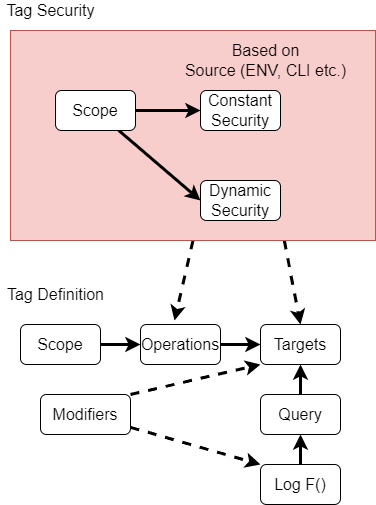
yonixw/xwlogger.logger keeps this draw.io diagram as docs/images/arch/blocks.drawio.png. Above is the earlier version. Source tidied: cells renumbered, new cells last; positions are measured from the earlier drawing's top-left corner, leaving out a move shared by most shapes.
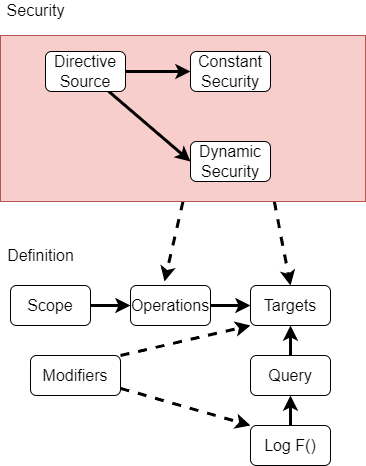
After the change.

Commit message:
Securiry no scope

What changed in the source:
```diff
@@ -9,7 +9,7 @@
       <mxGeometry relative="1" as="geometry" />
     </mxCell>
     <mxCell id="4" style="rounded=0;whiteSpace=wrap;html=1;fontSize=16;fillColor=#f8cecc;strokeColor=#b85450;" parent="1" vertex="1">
-      <mxGeometry x="10" y="30" width="365" height="210" as="geometry" />
+      <mxGeometry x="10" y="74" width="365" height="166" as="geometry" />
     </mxCell>
     <mxCell id="5" style="edgeStyle=none;html=1;entryX=0;entryY=0.5;entryDx=0;entryDy=0;fontSize=16;strokeWidth=3;" parent="1" edge="1" source="6" target="8">
       <mxGeometry relative="1" as="geometry" />
@@ -47,8 +47,8 @@
     <mxCell id="16" value="Modifiers" style="rounded=1;whiteSpace=wrap;html=1;fontSize=16;" parent="1" vertex="1">
       <mxGeometry x="40" y="394" width="90" height="40" as="geometry" />
     </mxCell>
-    <mxCell id="17" value="Tag Definition" style="text;html=1;align=center;verticalAlign=middle;strokeColor=none;fillColor=none;fontSize=16;" parent="1" vertex="1">
-      <mxGeometry y="284" width="110" height="20" as="geometry" />
+    <mxCell id="17" value="Definition" style="text;html=1;align=center;verticalAlign=middle;strokeColor=none;fillColor=none;fontSize=16;" parent="1" vertex="1">
+      <mxGeometry x="10" y="284" width="80" height="20" as="geometry" />
     </mxCell>
     <mxCell id="18" style="edgeStyle=none;html=1;entryX=0;entryY=0.5;entryDx=0;entryDy=0;fontSize=16;strokeWidth=3;" parent="1" edge="1" source="20" target="21">
       <mxGeometry relative="1" as="geometry" />
@@ -56,7 +56,7 @@
     <mxCell id="19" style="edgeStyle=none;html=1;entryX=0;entryY=0.5;entryDx=0;entryDy=0;fontSize=16;strokeWidth=3;" parent="1" edge="1" source="20" target="22">
       <mxGeometry relative="1" as="geometry" />
     </mxCell>
-    <mxCell id="20" value="Scope" style="rounded=1;whiteSpace=wrap;html=1;fontSize=16;" parent="1" vertex="1">
+    <mxCell id="20" value="Directive&lt;br&gt;Source" style="rounded=1;whiteSpace=wrap;html=1;fontSize=16;" parent="1" vertex="1">
       <mxGeometry x="55" y="90" width="80" height="40" as="geometry" />
     </mxCell>
     <mxCell id="21" value="Constant&lt;br&gt;Security" style="rounded=1;whiteSpace=wrap;html=1;fontSize=16;" parent="1" vertex="1">
@@ -65,11 +65,8 @@
     <mxCell id="22" value="Dynamic&lt;br&gt;Security" style="rounded=1;whiteSpace=wrap;html=1;fontSize=16;" parent="1" vertex="1">
       <mxGeometry x="200" y="180" width="80" height="40" as="geometry" />
     </mxCell>
-    <mxCell id="23" value="Based on&lt;br&gt;Source (ENV, CLI etc.)" style="text;html=1;align=center;verticalAlign=middle;strokeColor=none;fillColor=none;fontSize=16;" parent="1" vertex="1">
-      <mxGeometry x="175" y="40" width="180" height="40" as="geometry" />
-    </mxCell>
-    <mxCell id="24" value="Tag Security" style="text;html=1;align=center;verticalAlign=middle;strokeColor=none;fillColor=none;fontSize=16;" parent="1" vertex="1">
-      <mxGeometry width="100" height="20" as="geometry" />
+    <mxCell id="24" value="Security" style="text;html=1;align=center;verticalAlign=middle;strokeColor=none;fillColor=none;fontSize=16;" parent="1" vertex="1">
+      <mxGeometry x="10" y="39" width="70" height="20" as="geometry" />
     </mxCell>
   </root>
 </mxGraphModel>
```
